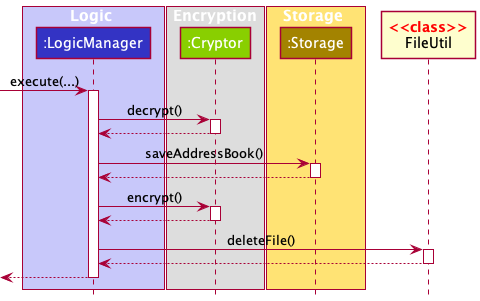
This is docs/images/EncryptionSequenceDiagram.png from nus-cs2103-AY2122S1/tp, a PlantUML export, as it was before one commit. Source of this version:
```plantuml
@startuml
!include style.puml

box Logic LOGIC_COLOR_T1
participant ":LogicManager" as LogicManager LOGIC_COLOR
end box

box Encryption
participant ":Cryptor" as Cryptor ENCRYPTION_COLOR
end box

box Storage STORAGE_COLOR_T1
participant ":Storage" as Storage STORAGE_COLOR
end box

participant "<color:#red>**<<class>>**\n<color:#black>FileUtil" as FileUtil

[-> LogicManager : execute(...)
activate LogicManager

LogicManager -> Cryptor : decrypt()
activate Cryptor

Cryptor --> LogicManager
deactivate Cryptor

LogicManager -> Storage : saveAddressBook()
activate Storage

Storage --> LogicManager
deactivate Storage

LogicManager -> Cryptor : encrypt()
activate Cryptor

Cryptor --> LogicManager
deactivate Cryptor

LogicManager -> FileUtil : deleteFile()
activate FileUtil

FileUtil --> LogicManager
deactivate FileUtil

[<--LogicManager
deactivate LogicManager
@enduml
```
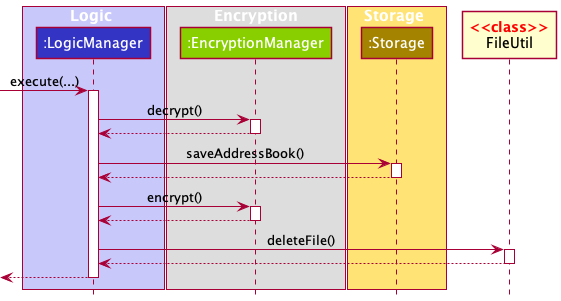
After the commit.

Commit message:
Rename Cryptor to EncryptionManager

What changed in the source:
```diff
@@ -6,7 +6,7 @@
 end box
 
 box Encryption
-participant ":Cryptor" as Cryptor ENCRYPTION_COLOR
+participant ":EncryptionManager" as EncryptionManager ENCRYPTION_COLOR
 end box
 
 box Storage STORAGE_COLOR_T1
@@ -18,11 +18,11 @@
 [-> LogicManager : execute(...)
 activate LogicManager
 
-LogicManager -> Cryptor : decrypt()
-activate Cryptor
+LogicManager -> EncryptionManager : decrypt()
+activate EncryptionManager
 
-Cryptor --> LogicManager
-deactivate Cryptor
+EncryptionManager --> LogicManager
+deactivate EncryptionManager
 
 LogicManager -> Storage : saveAddressBook()
 activate Storage
@@ -30,11 +30,11 @@
 Storage --> LogicManager
 deactivate Storage
 
-LogicManager -> Cryptor : encrypt()
-activate Cryptor
+LogicManager -> EncryptionManager : encrypt()
+activate EncryptionManager
 
-Cryptor --> LogicManager
-deactivate Cryptor
+EncryptionManager --> LogicManager
+deactivate EncryptionManager
 
 LogicManager -> FileUtil : deleteFile()
 activate FileUtil
```
